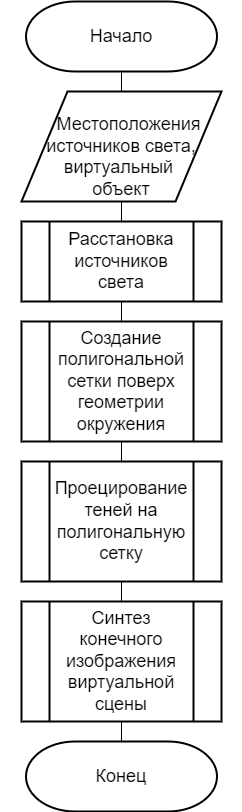
Yokud/bmstu_bachelors_diploma keeps this draw.io diagram as docs/diploma/presentation/imgs/ShadowDrawing.drawio.png. Above is the earlier version. Source tidied: cells renumbered, new cells last; positions are measured from the earlier drawing's top-left corner, leaving out a move shared by most shapes.
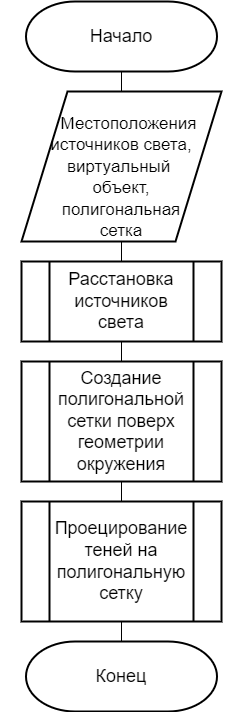
The same file after the commit.

Change to the diagram source:
```diff
@@ -9,37 +9,31 @@
       <mxGeometry width="240" height="70" as="geometry" />
     </mxCell>
     <mxCell id="4" value="Конец" style="strokeWidth=2;html=1;shape=(stored shape, 464 characters);whiteSpace=wrap;fontSize=18;" parent="1" vertex="1">
-      <mxGeometry y="740" width="240" height="70" as="geometry" />
+      <mxGeometry y="640" width="240" height="70" as="geometry" />
     </mxCell>
     <mxCell id="5" style="edgeStyle=orthogonalEdgeStyle;rounded=0;jettySize=auto;html=1;exitX=0.5;exitY=1;exitDx=0;exitDy=0;entryX=0.5;entryY=0;entryDx=0;entryDy=0;endArrow=none;endFill=0;" parent="1" edge="1" source="6" target="8">
       <mxGeometry relative="1" as="geometry" />
     </mxCell>
-    <mxCell id="6" value="&amp;nbsp; &amp;nbsp;&lt;br&gt;&amp;nbsp; &amp;nbsp;Местоположения источников света, &lt;br&gt;виртуальный&amp;nbsp;&lt;br style=&quot;font-size: 18px;&quot;&gt;объект" style="shape=parallelogram;html=1;strokeWidth=2;perimeter=parallelogramPerimeter;whiteSpace=wrap;rounded=0;arcSize=12;size=0.23;fontSize=18;" parent="1" vertex="1">
-      <mxGeometry x="20" y="90" width="200" height="110" as="geometry" />
+    <mxCell id="6" value="&amp;nbsp; &amp;nbsp;&lt;br&gt;&amp;nbsp; &amp;nbsp;&lt;font style=&quot;font-size: 17px;&quot;&gt;Местоположения источников света, &lt;br&gt;виртуальный&amp;nbsp;&lt;br style=&quot;&quot;&gt;объект,&lt;br&gt;полигональная &lt;br&gt;сетка&lt;/font&gt;" style="shape=parallelogram;html=1;strokeWidth=2;perimeter=parallelogramPerimeter;whiteSpace=wrap;rounded=0;arcSize=12;size=0.23;fontSize=18;" parent="1" vertex="1">
+      <mxGeometry x="20" y="90" width="200" height="150" as="geometry" />
     </mxCell>
     <mxCell id="7" style="edgeStyle=orthogonalEdgeStyle;rounded=0;jettySize=auto;html=1;exitX=0.5;exitY=1;exitDx=0;exitDy=0;entryX=0.5;entryY=0;entryDx=0;entryDy=0;endArrow=none;endFill=0;" parent="1" edge="1" source="8" target="12">
       <mxGeometry relative="1" as="geometry" />
     </mxCell>
     <mxCell id="8" value="Расстановка источников света" style="verticalLabelPosition=middle;verticalAlign=middle;html=1;shape=process;whiteSpace=wrap;rounded=0;size=0.14;arcSize=6;strokeWidth=2;labelPosition=center;align=center;fontSize=18;" parent="1" vertex="1">
-      <mxGeometry x="20" y="220" width="200" height="80" as="geometry" />
+      <mxGeometry x="20" y="260" width="200" height="80" as="geometry" />
     </mxCell>
-    <mxCell id="9" style="edgeStyle=orthogonalEdgeStyle;rounded=0;jettySize=auto;html=1;exitX=0.5;exitY=1;exitDx=0;exitDy=0;entryX=0.5;entryY=0;entryDx=0;entryDy=0;entryPerimeter=0;endArrow=none;endFill=0;" parent="1" edge="1" source="10" target="4">
-      <mxGeometry relative="1" as="geometry" />
-    </mxCell>
-    <mxCell id="10" value="Синтез конечного изображения виртуальной сцены" style="verticalLabelPosition=middle;verticalAlign=middle;html=1;shape=process;whiteSpace=wrap;rounded=0;size=0.14;arcSize=6;strokeWidth=2;labelPosition=center;align=center;fontSize=18;" parent="1" vertex="1">
-      <mxGeometry x="20" y="600" width="200" height="120" as="geometry" />
-    </mxCell>
     <mxCell id="11" style="edgeStyle=orthogonalEdgeStyle;rounded=0;jettySize=auto;html=1;exitX=0.5;exitY=1;exitDx=0;exitDy=0;entryX=0.5;entryY=0;entryDx=0;entryDy=0;endArrow=none;endFill=0;" parent="1" edge="1" source="12" target="14">
       <mxGeometry relative="1" as="geometry" />
     </mxCell>
     <mxCell id="12" value="Создание полигональной сетки поверх геометрии окружения" style="verticalLabelPosition=middle;verticalAlign=middle;html=1;shape=process;whiteSpace=wrap;rounded=0;size=0.14;arcSize=6;strokeWidth=2;labelPosition=center;align=center;fontSize=18;" parent="1" vertex="1">
-      <mxGeometry x="20" y="320" width="200" height="120" as="geometry" />
+      <mxGeometry x="20" y="360" width="200" height="120" as="geometry" />
     </mxCell>
-    <mxCell id="13" style="edgeStyle=orthogonalEdgeStyle;rounded=0;jettySize=auto;html=1;exitX=0.5;exitY=1;exitDx=0;exitDy=0;entryX=0.5;entryY=0;entryDx=0;entryDy=0;endArrow=none;endFill=0;" parent="1" edge="1" source="14" target="10">
-      <mxGeometry relative="1" as="geometry" />
-    </mxCell>
+    <mxCell id="15" style="edgeStyle=orthogonalEdgeStyle;rounded=0;jettySize=auto;html=1;exitX=0.5;exitY=1;exitDx=0;exitDy=0;entryX=0.5;entryY=0;entryDx=0;entryDy=0;entryPerimeter=0;endArrow=none;endFill=0;" parent="1" edge="1" source="14" target="4">
+      <mxGeometry relative="1" as="geometry" />
+    </mxCell>
     <mxCell id="14" value="Проецирование теней на полигональную сетку" style="verticalLabelPosition=middle;verticalAlign=middle;html=1;shape=process;whiteSpace=wrap;rounded=0;size=0.14;arcSize=6;strokeWidth=2;labelPosition=center;align=center;fontSize=18;" parent="1" vertex="1">
-      <mxGeometry x="20" y="460" width="200" height="120" as="geometry" />
+      <mxGeometry x="20" y="500" width="200" height="120" as="geometry" />
     </mxCell>
   </root>
 </mxGraphModel>
```
